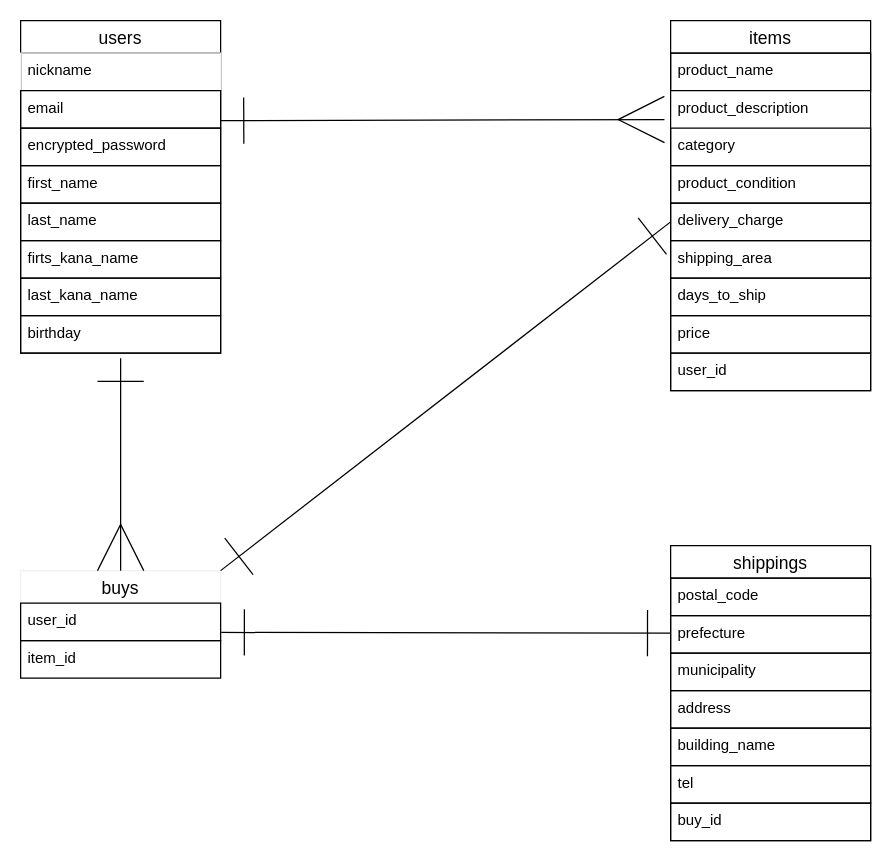
Earlier version of the draw.io diagram furima.dio (Faker4564/furima-37686). Source tidied: cells renumbered, new cells numbered last; positions are measured from the earlier drawing's top-left corner, leaving out a move shared by most shapes. Both pictures are drawn from the tidied source at 125%, with x=0, y=0 at pixel (20, 20).
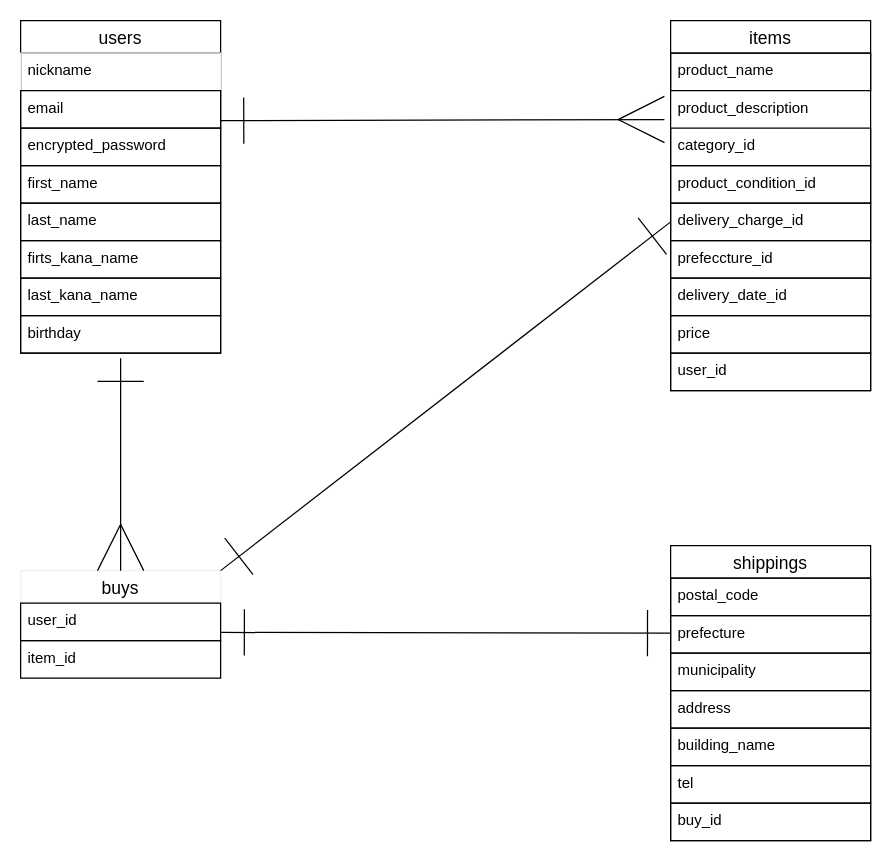
The same page after the edit.

Commit message (it also covers changes not shown here):
ER図・READMEの修正

Unchanged cells that the change refers to:
```xml
<mxCell id="11" value="items" style="swimlane;fontStyle=0;horizontal=1;startSize=26;align=center;fontSize=14;strokeColor=default;fillColor=none;" parent="1" vertex="1">
  <mxGeometry x="520" width="160" height="296" as="geometry" />
</mxCell>
```

Change to the diagram source:
```diff
@@
-    <mxCell id="14" value="category" style="text;strokeColor=default;fillColor=none;spacingLeft=4;spacingRight=4;overflow=hidden;fontSize=12;" parent="11" vertex="1">
+    <mxCell id="14" value="category_id" style="text;strokeColor=default;fillColor=none;spacingLeft=4;spacingRight=4;overflow=hidden;fontSize=12;" parent="11" vertex="1">
       <mxGeometry y="86" width="160" height="30" as="geometry" />
     </mxCell>
-    <mxCell id="15" value="product_condition" style="text;strokeColor=default;fillColor=none;spacingLeft=4;spacingRight=4;overflow=hidden;fontSize=12;" parent="11" vertex="1">
+    <mxCell id="15" value="product_condition_id" style="text;strokeColor=default;fillColor=none;spacingLeft=4;spacingRight=4;overflow=hidden;fontSize=12;" parent="11" vertex="1">
       <mxGeometry y="116" width="160" height="30" as="geometry" />
     </mxCell>
-    <mxCell id="16" value="delivery_charge" style="text;strokeColor=default;fillColor=none;spacingLeft=4;spacingRight=4;overflow=hidden;points=[[0,0.5],[1,0.5]];portConstraint=eastwest;fontSize=12;" parent="11" vertex="1">
+    <mxCell id="16" value="delivery_charge_id" style="text;strokeColor=default;fillColor=none;spacingLeft=4;spacingRight=4;overflow=hidden;points=[[0,0.5],[1,0.5]];portConstraint=eastwest;fontSize=12;" parent="11" vertex="1">
       <mxGeometry y="146" width="160" height="30" as="geometry" />
     </mxCell>
-    <mxCell id="17" value="shipping_area" style="text;strokeColor=default;fillColor=none;spacingLeft=4;spacingRight=4;overflow=hidden;fontSize=12;" parent="11" vertex="1">
+    <mxCell id="17" value="prefeccture_id" style="text;strokeColor=default;fillColor=none;spacingLeft=4;spacingRight=4;overflow=hidden;fontSize=12;" parent="11" vertex="1">
       <mxGeometry y="176" width="160" height="30" as="geometry" />
     </mxCell>
-    <mxCell id="18" value="days_to_ship" style="text;strokeColor=default;fillColor=none;spacingLeft=4;spacingRight=4;overflow=hidden;fontSize=12;" parent="11" vertex="1">
+    <mxCell id="18" value="delivery_date_id&#10;&#10;" style="text;strokeColor=default;fillColor=none;spacingLeft=4;spacingRight=4;overflow=hidden;fontSize=12;" parent="11" vertex="1">
       <mxGeometry y="206" width="160" height="30" as="geometry" />
     </mxCell>
```
